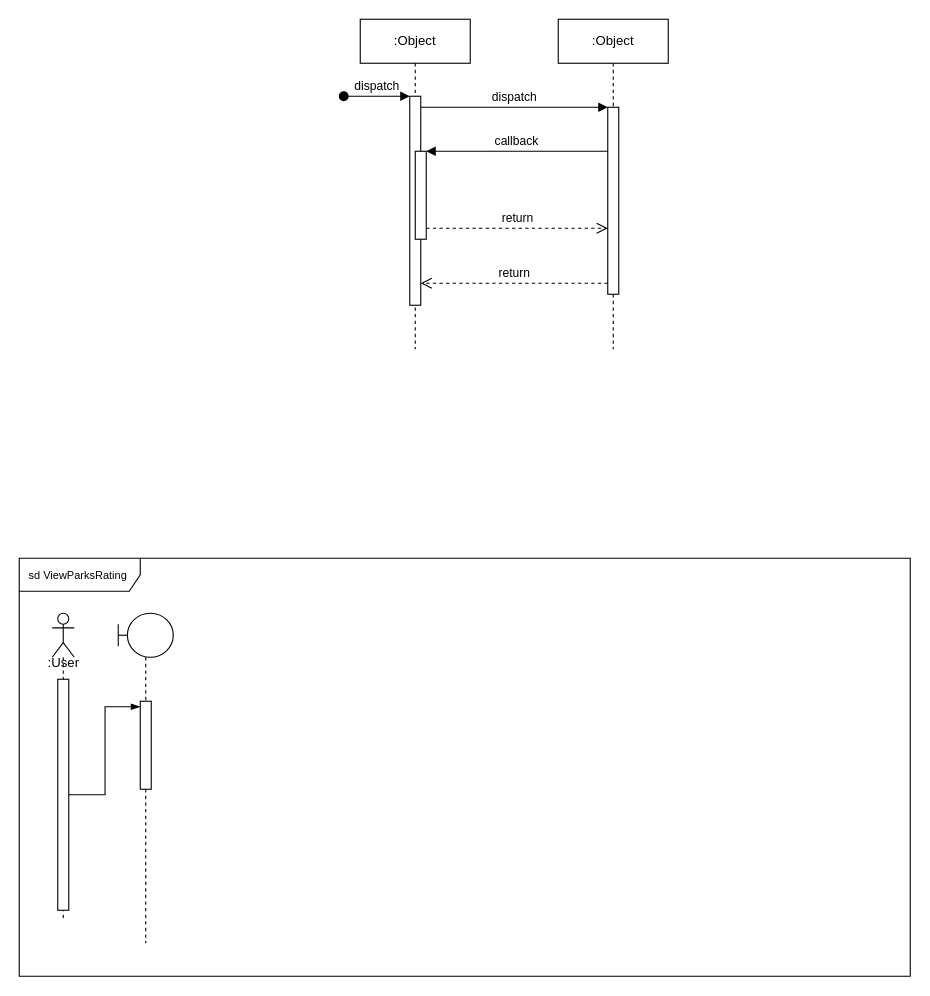
Before: sequence.drawio in tetsuri2000/sequence-diagram-temp, a draw.io diagram. Source tidied: cells renumbered, new cells numbered last; positions are measured from the earlier drawing's top-left corner, leaving out a move shared by most shapes. Both pictures are drawn from the tidied source at 110%, with x=0, y=0 at pixel (19, 19).
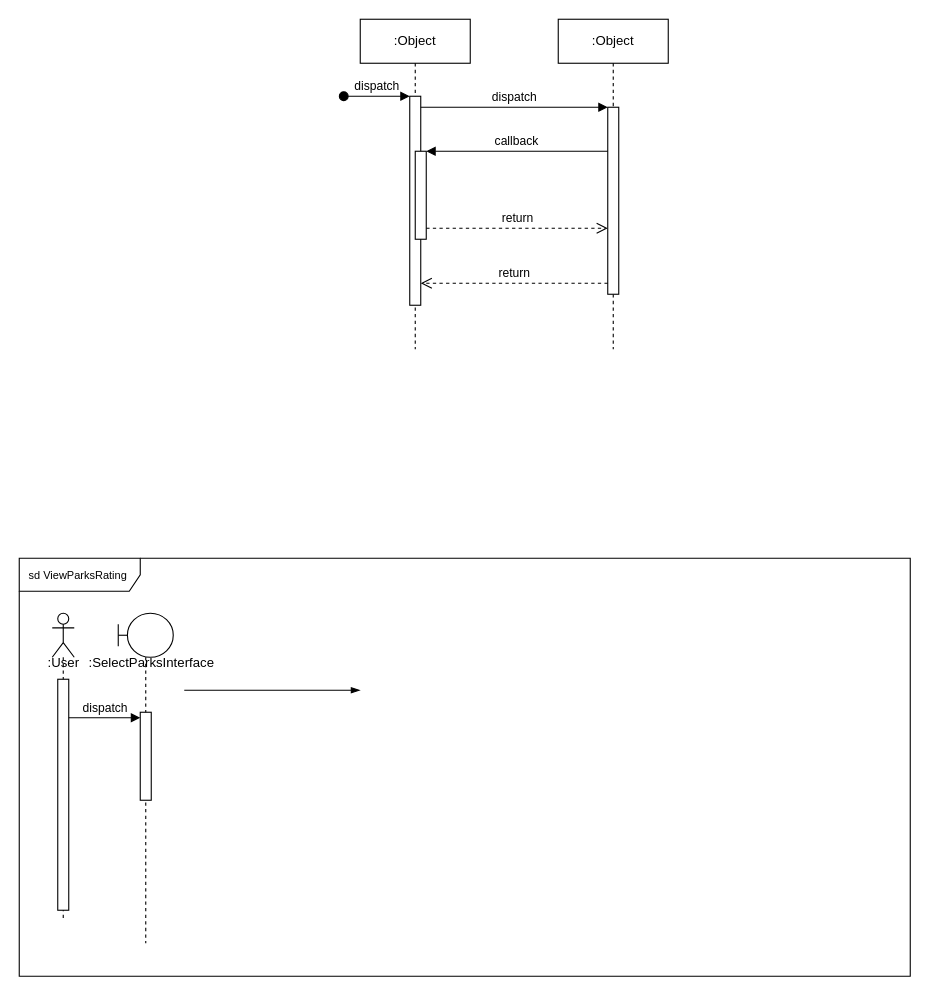
The same diagram, later.

The change refers to these unchanged cells:
```xml
<mxCell id="14" style="html=1;points=[[0,0,0,0,5],[0,1,0,0,-5],[1,0,0,0,5],[1,1,0,0,-5]];perimeter=orthogonalPerimeter;outlineConnect=0;targetShapes=umlLifeline;portConstraint=eastwest;newEdgeStyle={&quot;curved&quot;:0,&quot;rounded&quot;:0};" parent="13" vertex="1">
  <mxGeometry x="5" y="60" width="10" height="210" as="geometry" />
</mxCell>
<mxCell id="15" style="shape=umlLifeline;perimeter=lifelinePerimeter;whiteSpace=wrap;html=1;newEdgeStyle={&quot;curved&quot;:0,&quot;rounded&quot;:0};participant=umlBoundary;" parent="1" vertex="1">
  <mxGeometry x="90" y="540" width="50" height="300" as="geometry" />
</mxCell>
```

Change to the diagram source:
```diff
@@
-    <mxCell id="16" style="html=1;points=[[0,0,0,0,5],[0,1,0,0,-5],[1,0,0,0,5],[1,1,0,0,-5]];perimeter=orthogonalPerimeter;outlineConnect=0;targetShapes=umlLifeline;portConstraint=eastwest;newEdgeStyle={&quot;curved&quot;:0,&quot;rounded&quot;:0};" parent="15" vertex="1">
-      <mxGeometry x="20" y="80" width="10" height="80" as="geometry" />
-    </mxCell>
+    <mxCell id="19" style="html=1;points=[[0,0,0,0,5],[0,1,0,0,-5],[1,0,0,0,5],[1,1,0,0,-5]];perimeter=orthogonalPerimeter;outlineConnect=0;targetShapes=umlLifeline;portConstraint=eastwest;newEdgeStyle={&quot;curved&quot;:0,&quot;rounded&quot;:0};" parent="15" vertex="1">
+      <mxGeometry x="20" y="90" width="10" height="80" as="geometry" />
+    </mxCell>
@@
-    <mxCell id="18" style="edgeStyle=elbowEdgeStyle;fontSize=12;html=1;endArrow=blockThin;endFill=1;rounded=0;entryX=0;entryY=0;entryDx=0;entryDy=5;entryPerimeter=0;" parent="1" edge="1" source="14" target="16">
-      <mxGeometry relative="1" as="geometry" />
-    </mxCell>
+    <mxCell id="20" style="edgeStyle=elbowEdgeStyle;fontSize=12;html=1;endArrow=blockThin;endFill=1;rounded=0;" parent="1" edge="1">
+      <mxGeometry relative="1" as="geometry">
+        <mxPoint x="150" y="610" as="sourcePoint" />
+        <mxPoint x="310" y="610" as="targetPoint" />
+      </mxGeometry>
+    </mxCell>
+    <mxCell id="21" value="dispatch" style="html=1;verticalAlign=bottom;endArrow=block;curved=0;rounded=0;entryX=0;entryY=0;entryDx=0;entryDy=5;" parent="1" edge="1" source="14" target="19">
+      <mxGeometry relative="1" as="geometry" />
+    </mxCell>
+    <mxCell id="22" value=":SelectParksInterface" style="text;html=1;align=center;verticalAlign=middle;strokeColor=none;fillColor=none;" parent="1" vertex="1">
+      <mxGeometry x="50" y="570" width="140" height="30" as="geometry" />
+    </mxCell>
```
